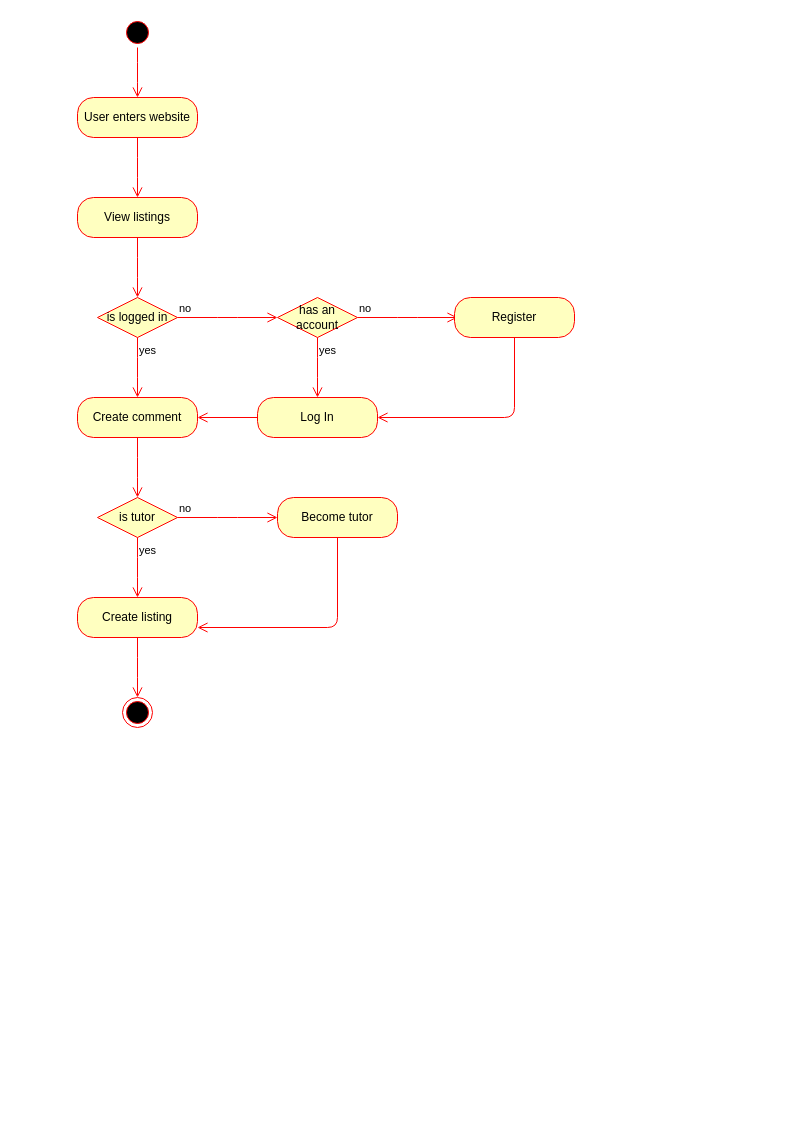
This is PSI_activity_diagram.drawio from vortex200/tutor-finder-files, a draw.io file, before an edit. Source tidied: cells renumbered, new cells numbered last; positions are measured from the earlier drawing's top-left corner, leaving out a move shared by most shapes. Both pictures are drawn from the tidied source at 100%, with x=0, y=0 at pixel (77, 17).
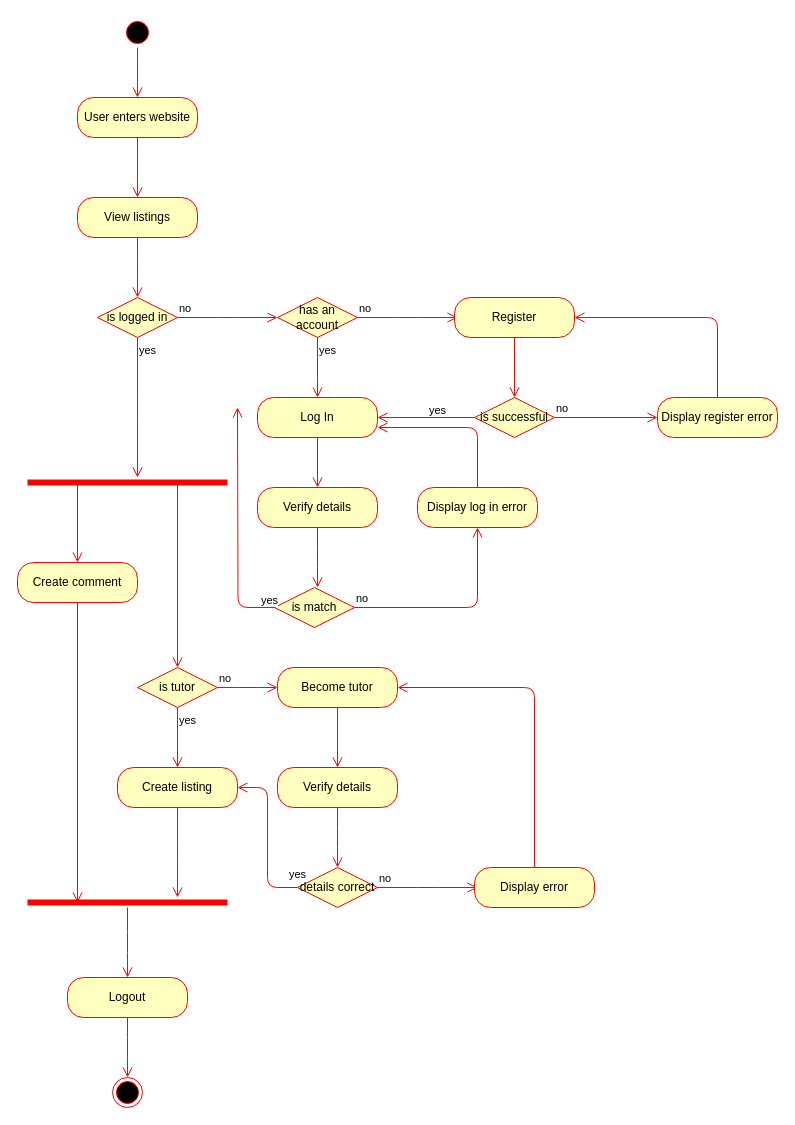
After the change.

Unchanged cells that the change refers to:
```xml
<mxCell id="5" value="Log In" style="rounded=1;whiteSpace=wrap;html=1;arcSize=40;fontColor=#000000;fillColor=#ffffc0;strokeColor=#ff0000;" parent="1" vertex="1">
  <mxGeometry x="180" y="380" width="120" height="40" as="geometry" />
</mxCell>
<mxCell id="11" value="is logged in" style="rhombus;whiteSpace=wrap;html=1;fillColor=#ffffc0;strokeColor=#ff0000;" parent="1" vertex="1">
  <mxGeometry x="20" y="280" width="80" height="40" as="geometry" />
</mxCell>
<mxCell id="17" value="Register" style="rounded=1;whiteSpace=wrap;html=1;arcSize=40;fontColor=#000000;fillColor=#ffffc0;strokeColor=#ff0000;" parent="1" vertex="1">
  <mxGeometry x="377" y="280" width="120" height="40" as="geometry" />
</mxCell>
```

The edit, as a diff of the source:
```diff
@@
-    <mxCell id="2" style="ellipse;html=1;shape=endState;fillColor=#000000;strokeColor=#ff0000;" parent="1" vertex="1">
-      <mxGeometry x="45" y="680" width="30" height="30" as="geometry" />
-    </mxCell>
@@
-    <mxCell id="6" style="edgeStyle=orthogonalEdgeStyle;html=1;verticalAlign=bottom;endArrow=open;endSize=8;strokeColor=#ff0000;exitX=0;exitY=0.5;exitDx=0;exitDy=0;entryX=1;entryY=0.5;entryDx=0;entryDy=0;" parent="1" edge="1" source="5" target="19">
+    <mxCell id="6" style="edgeStyle=orthogonalEdgeStyle;html=1;verticalAlign=bottom;endArrow=open;endSize=8;strokeColor=#ff0000;exitX=0.5;exitY=1;exitDx=0;exitDy=0;entryX=0.5;entryY=0;entryDx=0;entryDy=0;" parent="1" edge="1" source="5" target="33">
       <mxGeometry relative="1" as="geometry" />
     </mxCell>
@@
-    <mxCell id="13" value="yes" style="edgeStyle=orthogonalEdgeStyle;html=1;align=left;verticalAlign=top;endArrow=open;endSize=8;strokeColor=#ff0000;" parent="1" edge="1" source="11">
-      <mxGeometry x="-1" relative="1" as="geometry">
-        <mxPoint x="60" y="380" as="targetPoint" />
-      </mxGeometry>
+    <mxCell id="13" value="yes" style="edgeStyle=orthogonalEdgeStyle;html=1;align=left;verticalAlign=top;endArrow=open;endSize=8;strokeColor=#ff0000;entryX=0.55;entryY=0;entryDx=0;entryDy=0;entryPerimeter=0;" parent="1" edge="1" source="11" target="47">
+      <mxGeometry x="-1" relative="1" as="geometry" />
     </mxCell>
@@
-    <mxCell id="18" style="edgeStyle=orthogonalEdgeStyle;html=1;verticalAlign=bottom;endArrow=open;endSize=8;strokeColor=#ff0000;exitX=0.5;exitY=1;exitDx=0;exitDy=0;" parent="1" edge="1" source="17">
+    <mxCell id="18" style="edgeStyle=orthogonalEdgeStyle;html=1;verticalAlign=bottom;endArrow=open;endSize=8;strokeColor=#ff0000;exitX=0.5;exitY=1;exitDx=0;exitDy=0;entryX=0.5;entryY=0;entryDx=0;entryDy=0;" parent="1" edge="1" source="17" target="28">
       <mxGeometry relative="1" as="geometry">
-        <mxPoint x="300" y="400" as="targetPoint" />
         <Array as="points">
-          <mxPoint x="437" y="400" />
-          <mxPoint x="300" y="400" />
+          <mxPoint x="437" y="370" />
+          <mxPoint x="437" y="370" />
         </Array>
       </mxGeometry>
     </mxCell>
     <mxCell id="19" value="Create comment" style="rounded=1;whiteSpace=wrap;html=1;arcSize=40;fontColor=#000000;fillColor=#ffffc0;strokeColor=#ff0000;" parent="1" vertex="1">
-      <mxGeometry y="380" width="120" height="40" as="geometry" />
+      <mxGeometry x="-60" y="545" width="120" height="40" as="geometry" />
     </mxCell>
-    <mxCell id="20" style="edgeStyle=orthogonalEdgeStyle;html=1;verticalAlign=bottom;endArrow=open;endSize=8;strokeColor=#ff0000;" parent="1" edge="1" source="19">
+    <mxCell id="20" style="edgeStyle=orthogonalEdgeStyle;html=1;verticalAlign=bottom;endArrow=open;endSize=8;strokeColor=#ff0000;entryX=0.5;entryY=0;entryDx=0;entryDy=0;exitX=0.75;exitY=0.5;exitDx=0;exitDy=0;exitPerimeter=0;" parent="1" edge="1" source="47" target="21">
       <mxGeometry relative="1" as="geometry">
-        <mxPoint x="60" y="480" as="targetPoint" />
+        <Array as="points">
+          <mxPoint x="100" y="650" />
+        </Array>
       </mxGeometry>
     </mxCell>
     <mxCell id="21" value="is tutor" style="rhombus;whiteSpace=wrap;html=1;fillColor=#ffffc0;strokeColor=#ff0000;" parent="1" vertex="1">
-      <mxGeometry x="20" y="480" width="80" height="40" as="geometry" />
+      <mxGeometry x="60" y="650" width="80" height="40" as="geometry" />
     </mxCell>
     <mxCell id="22" value="no" style="edgeStyle=orthogonalEdgeStyle;html=1;align=left;verticalAlign=bottom;endArrow=open;endSize=8;strokeColor=#ff0000;" parent="1" edge="1" source="21">
       <mxGeometry x="-1" relative="1" as="geometry">
-        <mxPoint x="200" y="500" as="targetPoint" />
+        <mxPoint x="200" y="670" as="targetPoint" />
       </mxGeometry>
     </mxCell>
-    <mxCell id="23" value="yes" style="edgeStyle=orthogonalEdgeStyle;html=1;align=left;verticalAlign=top;endArrow=open;endSize=8;strokeColor=#ff0000;" parent="1" edge="1" source="21">
-      <mxGeometry x="-1" relative="1" as="geometry">
-        <mxPoint x="60" y="580" as="targetPoint" />
-      </mxGeometry>
+    <mxCell id="23" value="yes" style="edgeStyle=orthogonalEdgeStyle;html=1;align=left;verticalAlign=top;endArrow=open;endSize=8;strokeColor=#ff0000;entryX=0.5;entryY=0;entryDx=0;entryDy=0;" parent="1" edge="1" source="21" target="26">
+      <mxGeometry x="-1" relative="1" as="geometry" />
     </mxCell>
     <mxCell id="24" value="Become tutor" style="rounded=1;whiteSpace=wrap;html=1;arcSize=40;fontColor=#000000;fillColor=#ffffc0;strokeColor=#ff0000;" parent="1" vertex="1">
-      <mxGeometry x="200" y="480" width="120" height="40" as="geometry" />
+      <mxGeometry x="200" y="650" width="120" height="40" as="geometry" />
     </mxCell>
-    <mxCell id="25" style="edgeStyle=orthogonalEdgeStyle;html=1;verticalAlign=bottom;endArrow=open;endSize=8;strokeColor=#ff0000;entryX=1;entryY=0.75;entryDx=0;entryDy=0;exitX=0.5;exitY=1;exitDx=0;exitDy=0;" parent="1" edge="1" source="24" target="26">
+    <mxCell id="25" style="edgeStyle=orthogonalEdgeStyle;html=1;verticalAlign=bottom;endArrow=open;endSize=8;strokeColor=#ff0000;exitX=0.5;exitY=1;exitDx=0;exitDy=0;entryX=0.5;entryY=0;entryDx=0;entryDy=0;" parent="1" edge="1" source="24" target="40">
       <mxGeometry relative="1" as="geometry" />
     </mxCell>
     <mxCell id="26" value="Create listing" style="rounded=1;whiteSpace=wrap;html=1;arcSize=40;fontColor=#000000;fillColor=#ffffc0;strokeColor=#ff0000;" parent="1" vertex="1">
-      <mxGeometry y="580" width="120" height="40" as="geometry" />
+      <mxGeometry x="40" y="750" width="120" height="40" as="geometry" />
     </mxCell>
     <mxCell id="27" style="edgeStyle=orthogonalEdgeStyle;html=1;verticalAlign=bottom;endArrow=open;endSize=8;strokeColor=#ff0000;" parent="1" edge="1" source="26">
       <mxGeometry relative="1" as="geometry">
-        <mxPoint x="60" y="680" as="targetPoint" />
+        <mxPoint x="100" y="880" as="targetPoint" />
       </mxGeometry>
     </mxCell>
+    <mxCell id="28" value="is successful" style="rhombus;whiteSpace=wrap;html=1;fillColor=#ffffc0;strokeColor=#ff0000;" parent="1" vertex="1">
+      <mxGeometry x="397" y="380" width="80" height="40" as="geometry" />
+    </mxCell>
+    <mxCell id="29" value="no" style="edgeStyle=orthogonalEdgeStyle;html=1;align=left;verticalAlign=bottom;endArrow=open;endSize=8;strokeColor=#ff0000;" parent="1" edge="1" source="28">
+      <mxGeometry x="-1" relative="1" as="geometry">
+        <mxPoint x="580" y="400" as="targetPoint" />
+      </mxGeometry>
+    </mxCell>
+    <mxCell id="30" value="yes" style="edgeStyle=orthogonalEdgeStyle;html=1;align=left;verticalAlign=top;endArrow=open;endSize=8;strokeColor=#ff0000;exitX=0;exitY=0.5;exitDx=0;exitDy=0;entryX=1;entryY=0.5;entryDx=0;entryDy=0;" parent="1" edge="1" source="28" target="5">
+      <mxGeometry x="-0.03" y="-20" relative="1" as="geometry" />
+    </mxCell>
+    <mxCell id="31" value="Display register error" style="rounded=1;whiteSpace=wrap;html=1;arcSize=40;fontColor=#000000;fillColor=#ffffc0;strokeColor=#ff0000;" parent="1" vertex="1">
+      <mxGeometry x="580" y="380" width="120" height="40" as="geometry" />
+    </mxCell>
+    <mxCell id="32" style="edgeStyle=orthogonalEdgeStyle;html=1;verticalAlign=bottom;endArrow=open;endSize=8;strokeColor=#ff0000;exitX=0.5;exitY=0;exitDx=0;exitDy=0;entryX=1;entryY=0.5;entryDx=0;entryDy=0;" parent="1" edge="1" source="31" target="17">
+      <mxGeometry relative="1" as="geometry" />
+    </mxCell>
+    <mxCell id="33" value="Verify details" style="rounded=1;whiteSpace=wrap;html=1;arcSize=40;fontColor=#000000;fillColor=#ffffc0;strokeColor=#ff0000;" parent="1" vertex="1">
+      <mxGeometry x="180" y="470" width="120" height="40" as="geometry" />
+    </mxCell>
+    <mxCell id="34" style="edgeStyle=orthogonalEdgeStyle;html=1;verticalAlign=bottom;endArrow=open;endSize=8;strokeColor=#ff0000;" parent="1" edge="1" source="33">
+      <mxGeometry relative="1" as="geometry">
+        <mxPoint x="240" y="570" as="targetPoint" />
+      </mxGeometry>
+    </mxCell>
+    <mxCell id="35" value="is match" style="rhombus;whiteSpace=wrap;html=1;fillColor=#ffffc0;strokeColor=#ff0000;" parent="1" vertex="1">
+      <mxGeometry x="197" y="570" width="80" height="40" as="geometry" />
+    </mxCell>
+    <mxCell id="36" value="no" style="edgeStyle=orthogonalEdgeStyle;html=1;align=left;verticalAlign=bottom;endArrow=open;endSize=8;strokeColor=#ff0000;entryX=0.5;entryY=1;entryDx=0;entryDy=0;" parent="1" edge="1" source="35" target="38">
+      <mxGeometry x="-1" relative="1" as="geometry">
+        <Array as="points">
+          <mxPoint x="400" y="590" />
+        </Array>
+      </mxGeometry>
+    </mxCell>
+    <mxCell id="37" value="yes" style="edgeStyle=orthogonalEdgeStyle;html=1;align=left;verticalAlign=top;endArrow=open;endSize=8;strokeColor=#ff0000;exitX=0;exitY=0.5;exitDx=0;exitDy=0;" parent="1" edge="1" source="35">
+      <mxGeometry x="-0.87" y="-20" relative="1" as="geometry">
+        <mxPoint x="160" y="390" as="targetPoint" />
+      </mxGeometry>
+    </mxCell>
+    <mxCell id="38" value="Display log in error" style="rounded=1;whiteSpace=wrap;html=1;arcSize=40;fontColor=#000000;fillColor=#ffffc0;strokeColor=#ff0000;" parent="1" vertex="1">
+      <mxGeometry x="340" y="470" width="120" height="40" as="geometry" />
+    </mxCell>
+    <mxCell id="39" style="edgeStyle=orthogonalEdgeStyle;html=1;verticalAlign=bottom;endArrow=open;endSize=8;strokeColor=#ff0000;exitX=0.5;exitY=0;exitDx=0;exitDy=0;entryX=1;entryY=0.75;entryDx=0;entryDy=0;" parent="1" edge="1" source="38" target="5">
+      <mxGeometry relative="1" as="geometry" />
+    </mxCell>
+    <mxCell id="40" value="Verify details" style="rounded=1;whiteSpace=wrap;html=1;arcSize=40;fontColor=#000000;fillColor=#ffffc0;strokeColor=#ff0000;" parent="1" vertex="1">
+      <mxGeometry x="200" y="750" width="120" height="40" as="geometry" />
+    </mxCell>
+    <mxCell id="41" style="edgeStyle=orthogonalEdgeStyle;html=1;verticalAlign=bottom;endArrow=open;endSize=8;strokeColor=#ff0000;" parent="1" edge="1" source="40">
+      <mxGeometry relative="1" as="geometry">
+        <mxPoint x="260" y="850" as="targetPoint" />
+      </mxGeometry>
+    </mxCell>
+    <mxCell id="42" value="details correct" style="rhombus;whiteSpace=wrap;html=1;fillColor=#ffffc0;strokeColor=#ff0000;" parent="1" vertex="1">
+      <mxGeometry x="220" y="850" width="80" height="40" as="geometry" />
+    </mxCell>
+    <mxCell id="43" value="no" style="edgeStyle=orthogonalEdgeStyle;html=1;align=left;verticalAlign=bottom;endArrow=open;endSize=8;strokeColor=#ff0000;" parent="1" edge="1" source="42">
+      <mxGeometry x="-1" relative="1" as="geometry">
+        <mxPoint x="400" y="870" as="targetPoint" />
+      </mxGeometry>
+    </mxCell>
+    <mxCell id="44" value="yes" style="edgeStyle=orthogonalEdgeStyle;html=1;align=left;verticalAlign=top;endArrow=open;endSize=8;strokeColor=#ff0000;exitX=0;exitY=0.5;exitDx=0;exitDy=0;entryX=1;entryY=0.5;entryDx=0;entryDy=0;" parent="1" edge="1" source="42" target="26">
+      <mxGeometry x="-0.3" y="-20" relative="1" as="geometry" />
+    </mxCell>
+    <mxCell id="45" value="Display error" style="rounded=1;whiteSpace=wrap;html=1;arcSize=40;fontColor=#000000;fillColor=#ffffc0;strokeColor=#ff0000;" parent="1" vertex="1">
+      <mxGeometry x="397" y="850" width="120" height="40" as="geometry" />
+    </mxCell>
+    <mxCell id="46" style="edgeStyle=orthogonalEdgeStyle;html=1;verticalAlign=bottom;endArrow=open;endSize=8;strokeColor=#ff0000;exitX=0.5;exitY=0;exitDx=0;exitDy=0;entryX=1;entryY=0.5;entryDx=0;entryDy=0;" parent="1" edge="1" source="45" target="24">
+      <mxGeometry relative="1" as="geometry" />
+    </mxCell>
+    <mxCell id="47" style="shape=line;html=1;strokeWidth=6;strokeColor=#ff0000;" parent="1" vertex="1">
+      <mxGeometry x="-50" y="460" width="200" height="10" as="geometry" />
+    </mxCell>
+    <mxCell id="48" style="edgeStyle=orthogonalEdgeStyle;html=1;verticalAlign=bottom;endArrow=open;endSize=8;strokeColor=#ff0000;entryX=0.5;entryY=0;entryDx=0;entryDy=0;exitX=0.25;exitY=0.5;exitDx=0;exitDy=0;exitPerimeter=0;" parent="1" edge="1" source="47" target="19">
+      <mxGeometry relative="1" as="geometry" />
+    </mxCell>
+    <mxCell id="49" style="edgeStyle=orthogonalEdgeStyle;html=1;verticalAlign=bottom;endArrow=open;endSize=8;strokeColor=#ff0000;exitX=0.5;exitY=1;exitDx=0;exitDy=0;entryX=0.25;entryY=0.5;entryDx=0;entryDy=0;entryPerimeter=0;" parent="1" edge="1" source="19" target="51">
+      <mxGeometry relative="1" as="geometry" />
+    </mxCell>
+    <mxCell id="50" style="ellipse;html=1;shape=endState;fillColor=#000000;strokeColor=#ff0000;" parent="1" vertex="1">
+      <mxGeometry x="35" y="1060" width="30" height="30" as="geometry" />
+    </mxCell>
+    <mxCell id="51" style="shape=line;html=1;strokeWidth=6;strokeColor=#ff0000;" parent="1" vertex="1">
+      <mxGeometry x="-50" y="880" width="200" height="10" as="geometry" />
+    </mxCell>
+    <mxCell id="52" style="edgeStyle=orthogonalEdgeStyle;html=1;verticalAlign=bottom;endArrow=open;endSize=8;strokeColor=#ff0000;" parent="1" edge="1" source="51">
+      <mxGeometry relative="1" as="geometry">
+        <mxPoint x="50" y="960" as="targetPoint" />
+      </mxGeometry>
+    </mxCell>
+    <mxCell id="53" value="Logout" style="rounded=1;whiteSpace=wrap;html=1;arcSize=40;fontColor=#000000;fillColor=#ffffc0;strokeColor=#ff0000;" parent="1" vertex="1">
+      <mxGeometry x="-10" y="960" width="120" height="40" as="geometry" />
+    </mxCell>
+    <mxCell id="54" style="edgeStyle=orthogonalEdgeStyle;html=1;verticalAlign=bottom;endArrow=open;endSize=8;strokeColor=#ff0000;" parent="1" edge="1" source="53">
+      <mxGeometry relative="1" as="geometry">
+        <mxPoint x="50" y="1060" as="targetPoint" />
+      </mxGeometry>
+    </mxCell>
```
